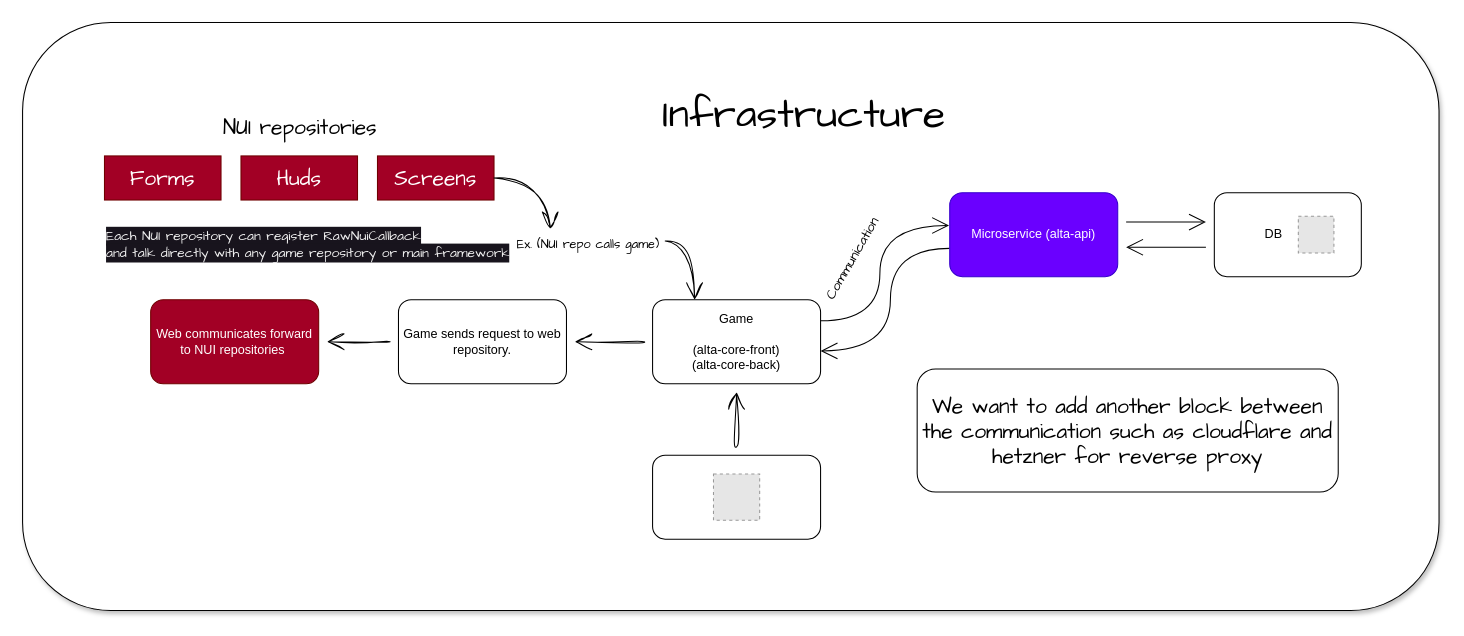
Above: Infra.drawio in altafivem/infra (draw.io), before the change. Source tidied: cells renumbered, new cells numbered last; positions are measured from the earlier drawing's top-left corner, leaving out a move shared by most shapes. Both pictures are drawn from the tidied source at 105%, with x=0, y=0 at pixel (22, 22). Pictures stored in the file or linked from it are replaced by grey dashed boxes.
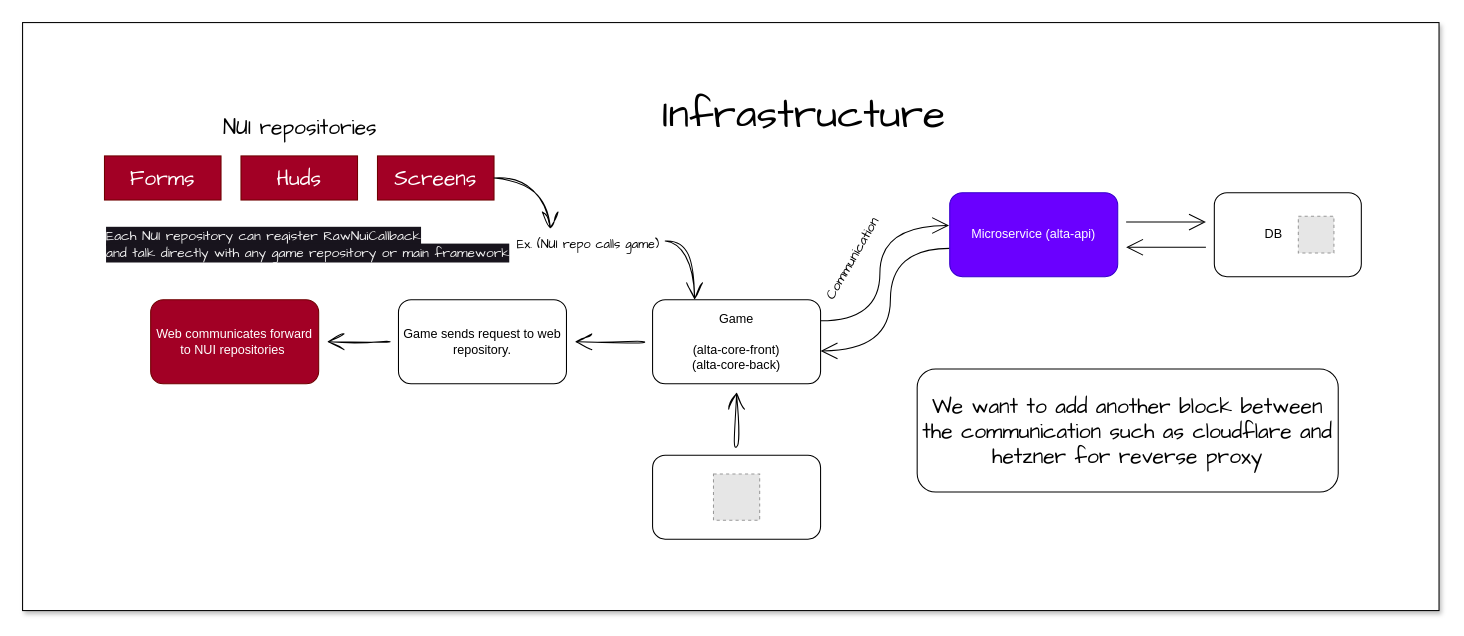
The same page after the edit.

Change to the diagram source:
```diff
@@
-    <mxCell id="2" style="rounded=1;whiteSpace=wrap;html=1;hachureGap=4;fontFamily=Architects Daughter;fontSize=20;shadow=1;" parent="1" vertex="1">
+    <mxCell id="2" style="rounded=0;whiteSpace=wrap;html=1;hachureGap=4;fontFamily=Architects Daughter;fontSize=20;shadow=1;" parent="1" vertex="1">
       <mxGeometry width="1349" height="560" as="geometry" />
     </mxCell>
```
